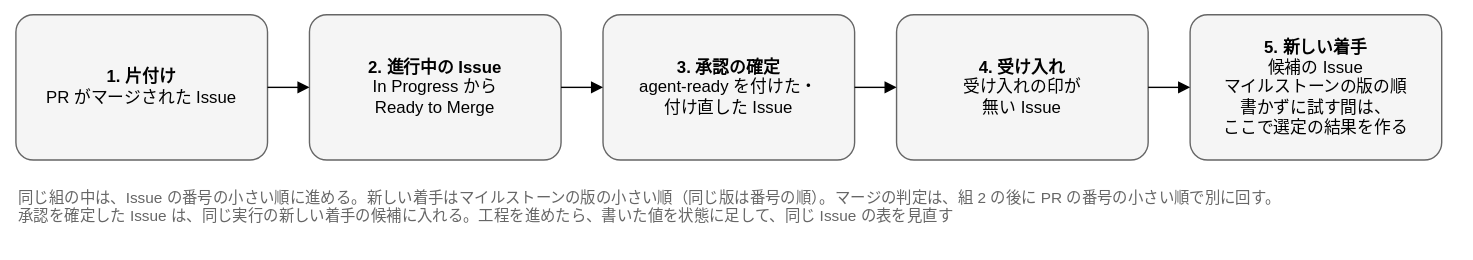
Before: docs/design/basic/diagrams/02-issue-order.drawio.svg, a diagram exported from draw.io (Joymerrevent/dev-autopilot). Source tidied: cells renumbered, new cells last; positions are measured from the earlier drawing's top-left corner, leaving out a move shared by most shapes.
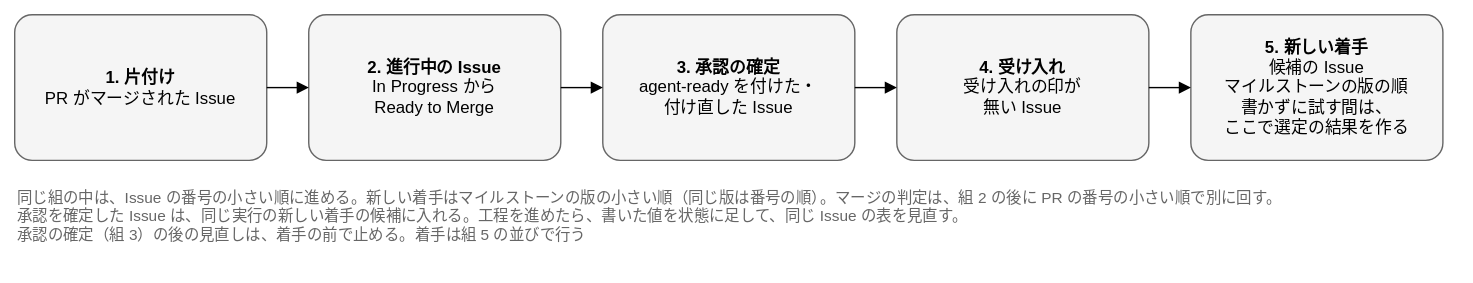
Later version of the same file.

Change to the diagram source:
```diff
@@ -29,8 +29,8 @@
     <mxCell id="10" style="edgeStyle=orthogonalEdgeStyle;rounded=1;html=1;endArrow=block;endFill=1;fontSize=11;labelBackgroundColor=#ffffff;exitX=1;exitY=0.5;exitDx=0;exitDy=0;entryX=0;entryY=0.5;entryDx=0;entryDy=0;" parent="1" edge="1" source="7" target="9">
       <mxGeometry relative="1" as="geometry" />
     </mxCell>
-    <mxCell id="11" value="同じ組の中は、Issue の番号の小さい順に進める。新しい着手はマイルストーンの版の小さい順（同じ版は番号の順）。マージの判定は、組 2 の後に PR の番号の小さい順で別に回す。&lt;br&gt;承認を確定した Issue は、同じ実行の新しい着手の候補に入れる。工程を進めたら、書いた値を状態に足して、同じ Issue の表を見直す" style="text;html=1;whiteSpace=wrap;align=left;verticalAlign=top;fontSize=11;fontColor=#666666;" parent="1" vertex="1">
-      <mxGeometry y="118" width="1000" height="36" as="geometry" />
+    <mxCell id="11" value="同じ組の中は、Issue の番号の小さい順に進める。新しい着手はマイルストーンの版の小さい順（同じ版は番号の順）。マージの判定は、組 2 の後に PR の番号の小さい順で別に回す。&lt;br&gt;承認を確定した Issue は、同じ実行の新しい着手の候補に入れる。工程を進めたら、書いた値を状態に足して、同じ Issue の表を見直す。&lt;br&gt;承認の確定（組 3）の後の見直しは、着手の前で止める。着手は組 5 の並びで行う" style="text;html=1;whiteSpace=wrap;align=left;verticalAlign=top;fontSize=11;fontColor=#666666;" parent="1" vertex="1">
+      <mxGeometry y="118" width="1000" height="52" as="geometry" />
     </mxCell>
   </root>
 </mxGraphModel>
```
